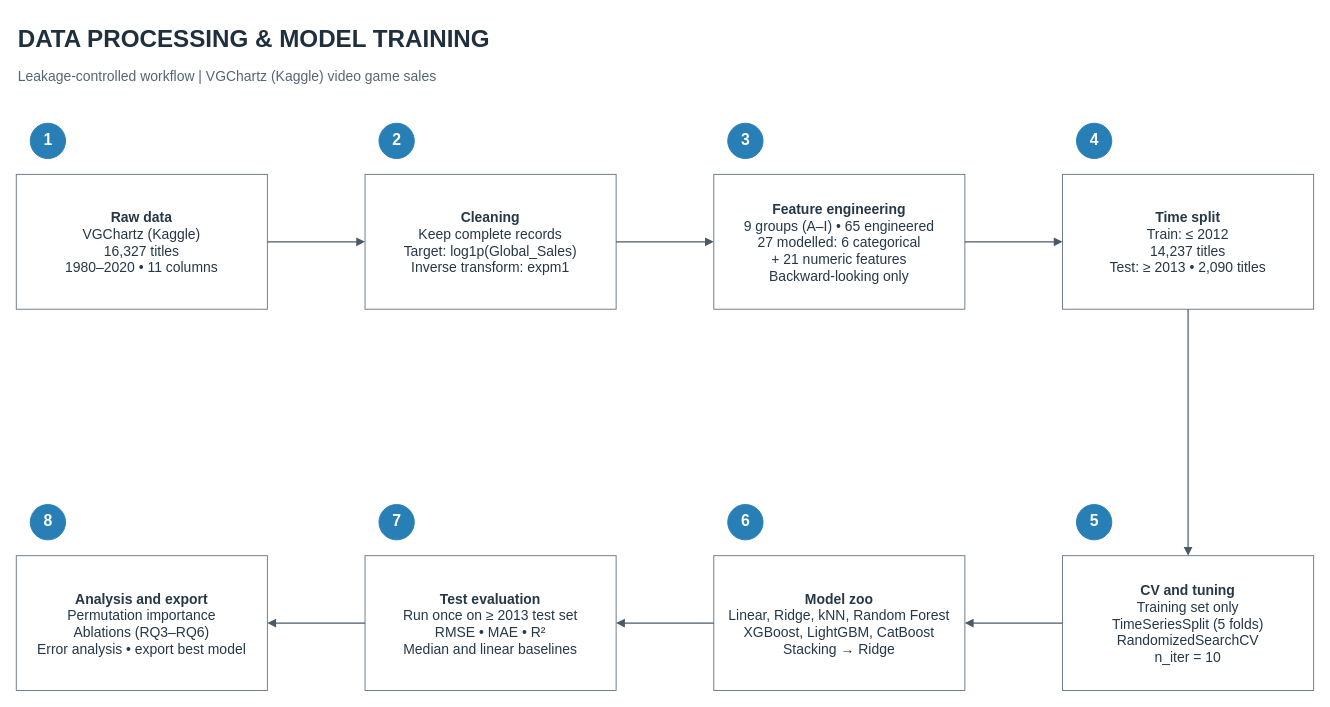
This is page "1. Data Processing and Training" (1 of 2) of pipeline.drawio from PhucTanNH/Video-Game-Global-Sales-Dashboard, a draw.io file, before an edit. Source tidied: cells renumbered, new cells numbered last; positions are measured from the earlier drawing's top-left corner, leaving out a move shared by most shapes. Both pictures are drawn from the tidied source at 93%, with x=0, y=0 at pixel (16, 16).
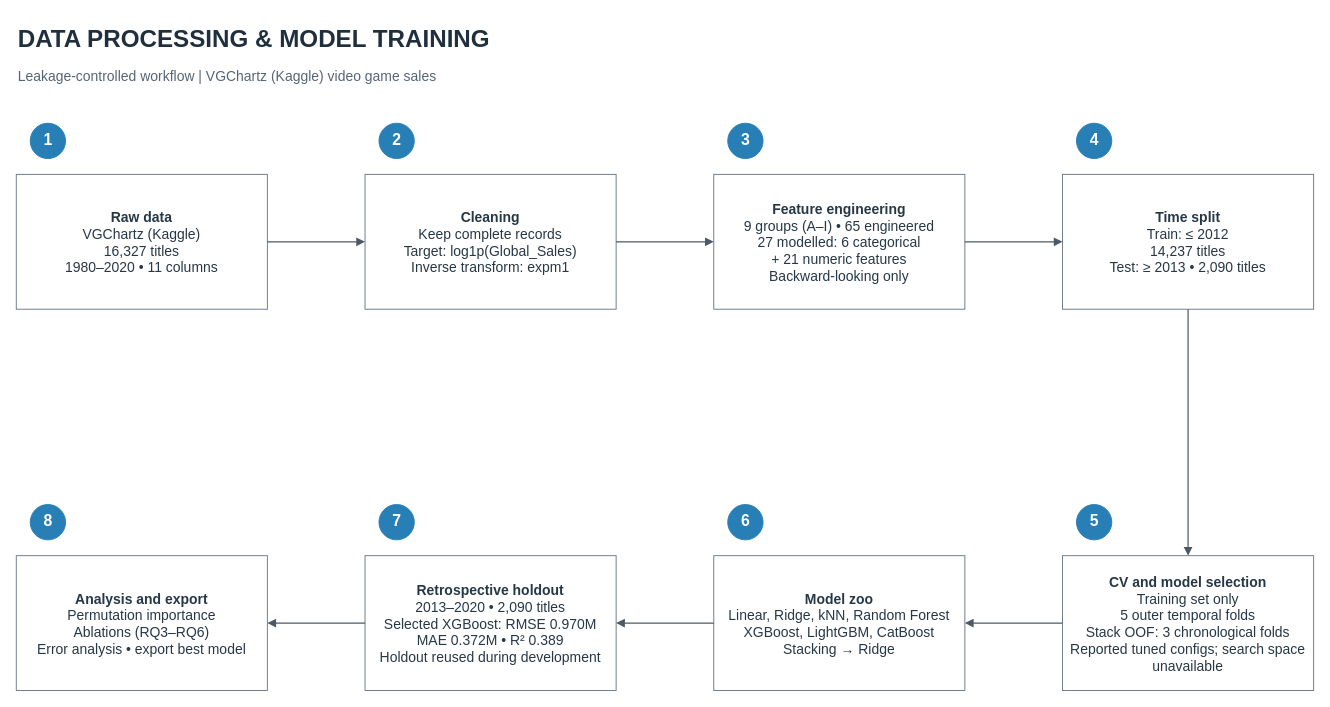
Above is the later version.

Diff of the diagram source:
```diff
@@
-    <mxCell id="13" value="&lt;b&gt;CV and tuning&lt;/b&gt;&lt;br&gt;Training set only&lt;br&gt;TimeSeriesSplit (5 folds)&lt;br&gt;RandomizedSearchCV&lt;br&gt;n_iter = 10" style="rounded=0;whiteSpace=wrap;html=1;fillColor=#FFFFFF;strokeColor=#677786;strokeWidth=1;fontColor=#263746;fontSize=15;align=center;verticalAlign=middle;spacing=6;" parent="1" vertex="1">
+    <mxCell id="13" value="&lt;b&gt;CV and model selection&lt;/b&gt;&lt;br&gt;Training set only&lt;br&gt;5 outer temporal folds&lt;br&gt;Stack OOF: 3 chronological folds&lt;br&gt;Reported tuned configs; search space unavailable" style="rounded=0;whiteSpace=wrap;html=1;fillColor=#FFFFFF;strokeColor=#677786;strokeWidth=1;fontColor=#263746;fontSize=15;align=center;verticalAlign=middle;spacing=6;" parent="1" vertex="1">
       <mxGeometry x="1125" y="580" width="270" height="145" as="geometry" />
     </mxCell>
@@
-    <mxCell id="17" value="&lt;b&gt;Test evaluation&lt;/b&gt;&lt;br&gt;Run once on ≥ 2013 test set&lt;br&gt;RMSE • MAE • R²&lt;br&gt;Median and linear baselines" style="rounded=0;whiteSpace=wrap;html=1;fillColor=#FFFFFF;strokeColor=#677786;strokeWidth=1;fontColor=#263746;fontSize=15;align=center;verticalAlign=middle;spacing=8;" parent="1" vertex="1">
+    <mxCell id="17" value="&lt;b&gt;Retrospective holdout&lt;/b&gt;&lt;br&gt;2013–2020 • 2,090 titles&lt;br&gt;Selected XGBoost: RMSE 0.970M&lt;br&gt;MAE 0.372M • R² 0.389&lt;br&gt;Holdout reused during development" style="rounded=0;whiteSpace=wrap;html=1;fillColor=#FFFFFF;strokeColor=#677786;strokeWidth=1;fontColor=#263746;fontSize=15;align=center;verticalAlign=middle;spacing=6;" parent="1" vertex="1">
       <mxGeometry x="375" y="580" width="270" height="145" as="geometry" />
     </mxCell>
```
